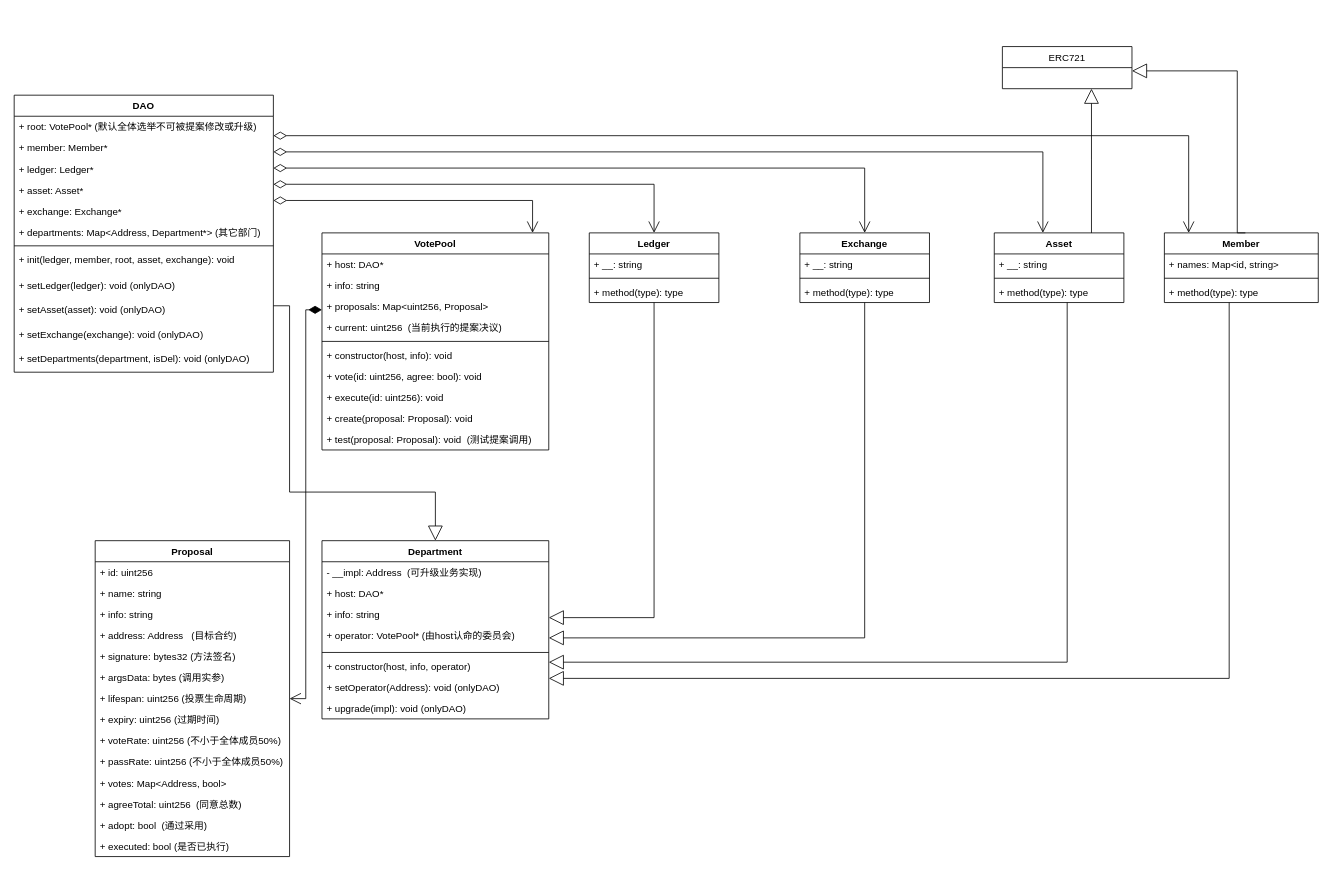
The draw.io diagram page "Page-1" (1 of 2) of contracts.drawio in NFTSwap/diagrams, before the edit. Source tidied: cells renumbered, new cells numbered last; positions are measured from the earlier drawing's top-left corner, leaving out a move shared by most shapes. Both pictures are drawn from the tidied source at 81%, with x=0, y=0 at pixel (14, 46).
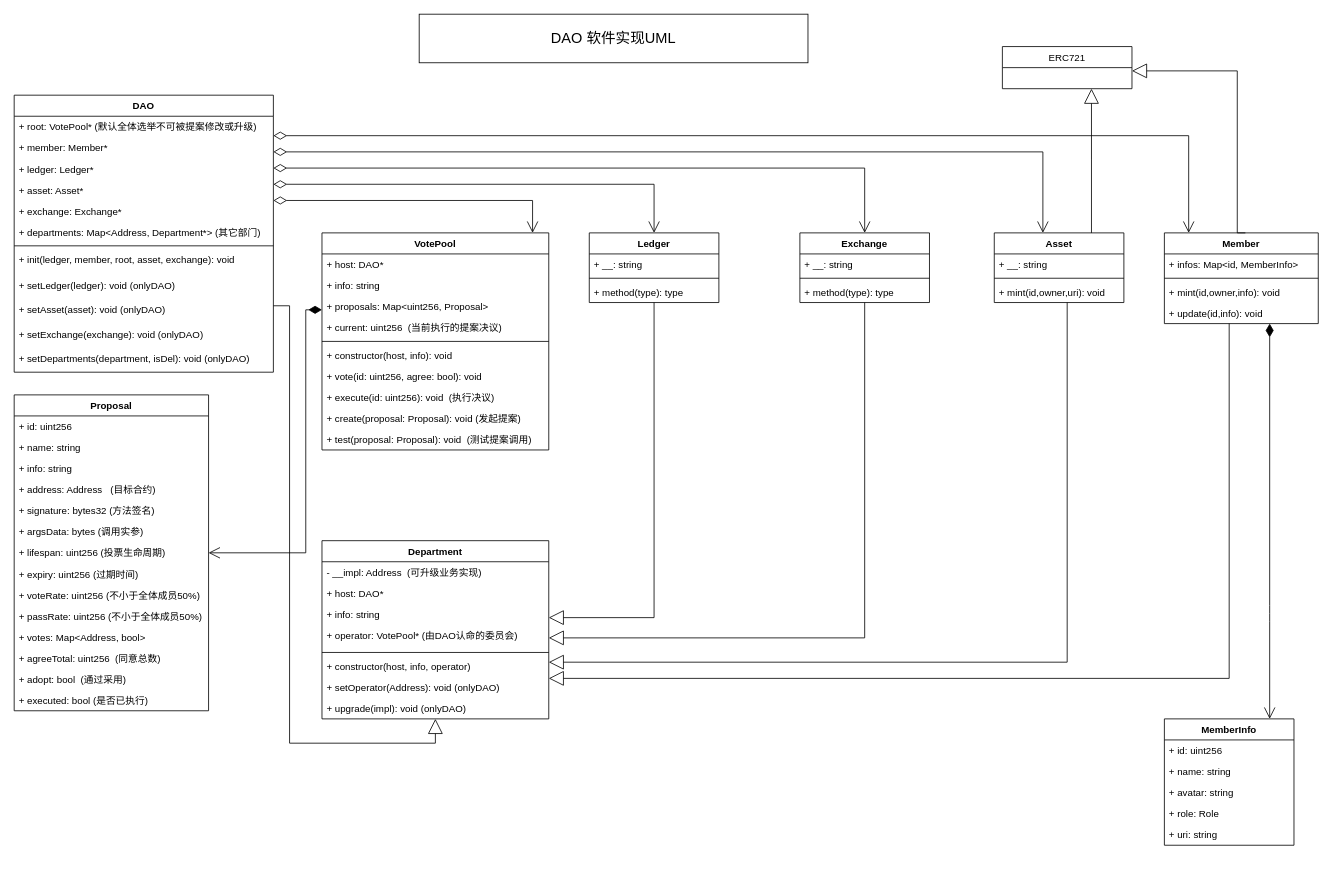
The same diagram, later.

The change refers to these unchanged cells:
```xml
<mxCell id="2" value="DAO" style="swimlane;fontStyle=1;align=center;verticalAlign=top;horizontal=1;startSize=26;" parent="1" vertex="1">
  <mxGeometry y="60" width="320" height="342" as="geometry" />
</mxCell>
<mxCell id="16" value="Asset" style="swimlane;fontStyle=1;align=center;verticalAlign=top;horizontal=1;startSize=26;" parent="1" vertex="1">
  <mxGeometry x="1210" y="230" width="160" height="86" as="geometry" />
</mxCell>
<mxCell id="33" value="VotePool" style="swimlane;fontStyle=1;align=center;verticalAlign=top;horizontal=1;startSize=26;" parent="1" vertex="1">
  <mxGeometry x="380" y="230" width="280" height="268" as="geometry" />
</mxCell>
<mxCell id="66" value="Department" style="swimlane;fontStyle=1;align=center;verticalAlign=top;horizontal=1;startSize=26;" parent="1" vertex="1">
  <mxGeometry x="380" y="610" width="280" height="220" as="geometry" />
</mxCell>
```

Diff of the diagram source:
```diff
@@
-    <mxCell id="19" value="+ method(type): type" style="text;strokeColor=none;fillColor=none;align=left;verticalAlign=top;spacingLeft=4;spacingRight=4;overflow=hidden;" parent="16" vertex="1">
+    <mxCell id="19" value="+ mint(id,owner,uri): void" style="text;strokeColor=none;fillColor=none;align=left;verticalAlign=top;spacingLeft=4;spacingRight=4;overflow=hidden;" parent="16" vertex="1">
       <mxGeometry y="60" width="160" height="26" as="geometry" />
     </mxCell>
@@
     <mxCell id="21" value="Member" style="swimlane;fontStyle=1;align=center;verticalAlign=top;horizontal=1;startSize=26;" parent="1" vertex="1">
-      <mxGeometry x="1420" y="230" width="190" height="86" as="geometry" />
+      <mxGeometry x="1420" y="230" width="190" height="112" as="geometry" />
     </mxCell>
@@
-    <mxCell id="23" value="+ names: Map&lt;id, string&gt;" style="text;strokeColor=none;fillColor=none;align=left;verticalAlign=top;spacingLeft=4;spacingRight=4;overflow=hidden;" parent="21" vertex="1">
+    <mxCell id="23" value="+ infos: Map&lt;id, MemberInfo&gt;" style="text;strokeColor=none;fillColor=none;align=left;verticalAlign=top;spacingLeft=4;spacingRight=4;overflow=hidden;" parent="21" vertex="1">
       <mxGeometry y="26" width="190" height="26" as="geometry" />
     </mxCell>
@@
-    <mxCell id="25" value="+ method(type): type" style="text;strokeColor=none;fillColor=none;align=left;verticalAlign=top;spacingLeft=4;spacingRight=4;overflow=hidden;" parent="21" vertex="1">
-      <mxGeometry y="60" width="190" height="26" as="geometry" />
-    </mxCell>
+    <mxCell id="80" value="+ mint(id,owner,info): void" style="text;strokeColor=none;fillColor=none;align=left;verticalAlign=top;spacingLeft=4;spacingRight=4;overflow=hidden;" parent="21" vertex="1">
+      <mxGeometry y="60" width="190" height="26" as="geometry" />
+    </mxCell>
+    <mxCell id="81" value="+ update(id,info): void" style="text;strokeColor=none;fillColor=none;align=left;verticalAlign=top;spacingLeft=4;spacingRight=4;overflow=hidden;" parent="21" vertex="1">
+      <mxGeometry y="86" width="190" height="26" as="geometry" />
+    </mxCell>
@@
-    <mxCell id="41" value="+ execute(id: uint256): void" style="text;strokeColor=none;fillColor=none;align=left;verticalAlign=top;spacingLeft=4;spacingRight=4;overflow=hidden;" parent="33" vertex="1">
+    <mxCell id="41" value="+ execute(id: uint256): void  (执行决议)" style="text;strokeColor=none;fillColor=none;align=left;verticalAlign=top;spacingLeft=4;spacingRight=4;overflow=hidden;" parent="33" vertex="1">
       <mxGeometry y="190" width="280" height="26" as="geometry" />
     </mxCell>
-    <mxCell id="42" value="+ create(proposal: Proposal): void" style="text;strokeColor=none;fillColor=none;align=left;verticalAlign=top;spacingLeft=4;spacingRight=4;overflow=hidden;" parent="33" vertex="1">
+    <mxCell id="42" value="+ create(proposal: Proposal): void (发起提案)" style="text;strokeColor=none;fillColor=none;align=left;verticalAlign=top;spacingLeft=4;spacingRight=4;overflow=hidden;" parent="33" vertex="1">
       <mxGeometry y="216" width="280" height="26" as="geometry" />
     </mxCell>
@@
     <mxCell id="50" value="Proposal" style="swimlane;fontStyle=1;align=center;verticalAlign=top;horizontal=1;startSize=26;" parent="1" vertex="1">
-      <mxGeometry x="100" y="610" width="240" height="390" as="geometry" />
+      <mxGeometry y="430" width="240" height="390" as="geometry" />
     </mxCell>
@@
-    <mxCell id="70" value="+ operator: VotePool* (由host认命的委员会)" style="text;strokeColor=none;fillColor=none;align=left;verticalAlign=top;spacingLeft=4;spacingRight=4;overflow=hidden;" parent="66" vertex="1">
+    <mxCell id="70" value="+ operator: VotePool* (由DAO认命的委员会)" style="text;strokeColor=none;fillColor=none;align=left;verticalAlign=top;spacingLeft=4;spacingRight=4;overflow=hidden;" parent="66" vertex="1">
       <mxGeometry y="104" width="280" height="30" as="geometry" />
     </mxCell>
@@
     <mxCell id="79" style="endArrow=block;endSize=16;endFill=0;html=1;rounded=0;elbow=vertical;edgeStyle=orthogonalEdgeStyle;" parent="1" edge="1" source="2" target="66">
       <mxGeometry relative="1" as="geometry">
         <Array as="points">
           <mxPoint x="340" y="320" />
-          <mxPoint x="340" y="550" />
-          <mxPoint x="520" y="550" />
+          <mxPoint x="340" y="860" />
+          <mxPoint x="520" y="860" />
         </Array>
       </mxGeometry>
     </mxCell>
+    <mxCell id="82" value="&lt;font style=&quot;font-size: 18px;&quot;&gt;DAO 软件实现UML&lt;/font&gt;" style="rounded=0;whiteSpace=wrap;html=1;sketch=0;fontColor=default;" parent="1" vertex="1">
+      <mxGeometry x="500" y="-40" width="480" height="60" as="geometry" />
+    </mxCell>
+    <mxCell id="83" value="MemberInfo" style="swimlane;fontStyle=1;align=center;verticalAlign=top;horizontal=1;startSize=26;rounded=0;sketch=0;fontSize=12;fontColor=default;" parent="1" vertex="1">
+      <mxGeometry x="1420" y="830" width="160" height="156" as="geometry" />
+    </mxCell>
+    <mxCell id="84" value="+ id: uint256" style="text;strokeColor=none;fillColor=none;align=left;verticalAlign=top;spacingLeft=4;spacingRight=4;overflow=hidden;rounded=0;sketch=0;fontSize=12;fontColor=default;" parent="83" vertex="1">
+      <mxGeometry y="26" width="160" height="26" as="geometry" />
+    </mxCell>
+    <mxCell id="85" value="+ name: string" style="text;strokeColor=none;fillColor=none;align=left;verticalAlign=top;spacingLeft=4;spacingRight=4;overflow=hidden;rounded=0;sketch=0;fontSize=12;fontColor=default;" parent="83" vertex="1">
+      <mxGeometry y="52" width="160" height="26" as="geometry" />
+    </mxCell>
+    <mxCell id="86" value="+ avatar: string" style="text;strokeColor=none;fillColor=none;align=left;verticalAlign=top;spacingLeft=4;spacingRight=4;overflow=hidden;rounded=0;sketch=0;fontSize=12;fontColor=default;" parent="83" vertex="1">
+      <mxGeometry y="78" width="160" height="26" as="geometry" />
+    </mxCell>
+    <mxCell id="87" value="+ role: Role" style="text;strokeColor=none;fillColor=none;align=left;verticalAlign=top;spacingLeft=4;spacingRight=4;overflow=hidden;rounded=0;sketch=0;fontSize=12;fontColor=default;" parent="83" vertex="1">
+      <mxGeometry y="104" width="160" height="26" as="geometry" />
+    </mxCell>
+    <mxCell id="88" value="+ uri: string" style="text;strokeColor=none;fillColor=none;align=left;verticalAlign=top;spacingLeft=4;spacingRight=4;overflow=hidden;rounded=0;sketch=0;fontSize=12;fontColor=default;" parent="83" vertex="1">
+      <mxGeometry y="130" width="160" height="26" as="geometry" />
+    </mxCell>
+    <mxCell id="89" style="endArrow=open;html=1;endSize=12;startArrow=diamondThin;startSize=14;startFill=1;edgeStyle=orthogonalEdgeStyle;align=left;verticalAlign=bottom;rounded=1;labelBackgroundColor=default;sketch=0;fontSize=12;fontColor=default;curved=0;" parent="1" edge="1" source="21" target="83">
+      <mxGeometry x="-1" y="3" relative="1" as="geometry">
+        <Array as="points">
+          <mxPoint x="1550" y="700" />
+          <mxPoint x="1550" y="700" />
+        </Array>
+      </mxGeometry>
+    </mxCell>
```
